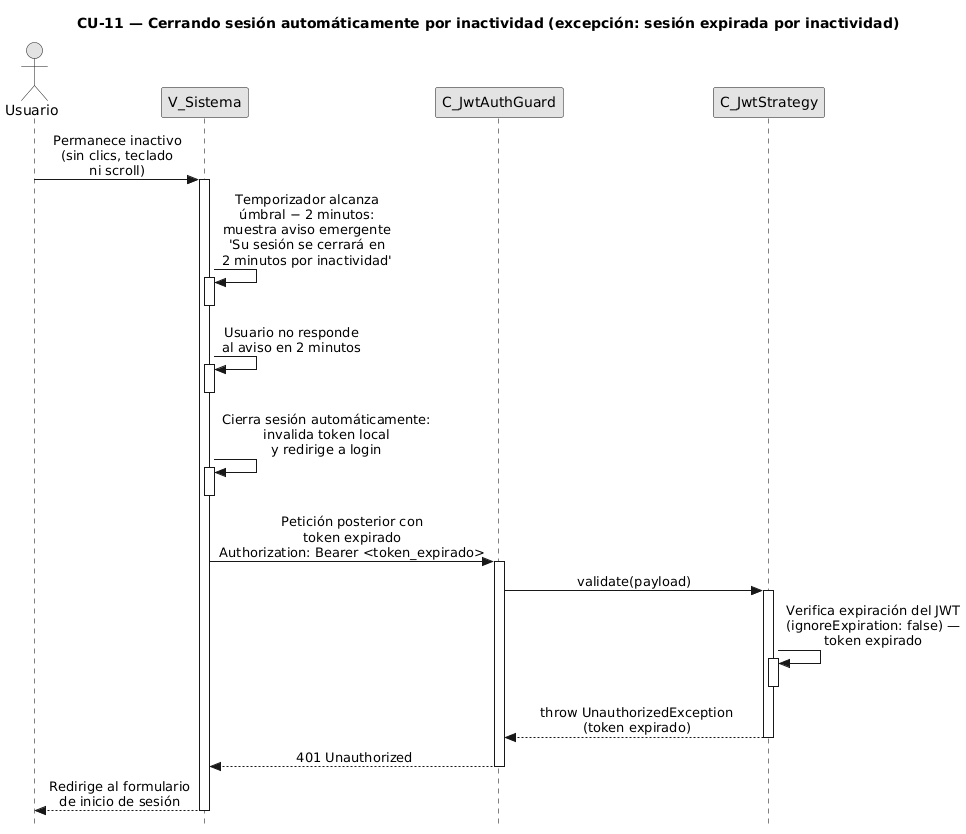
This is diagramas-secuencia/CU11/CU11-exc-sesion-expirada.png from FSM-Finet-y-Cable-Magico/Team_1-Inventario-y-Bodega, a PlantUML export, as it was before one commit.
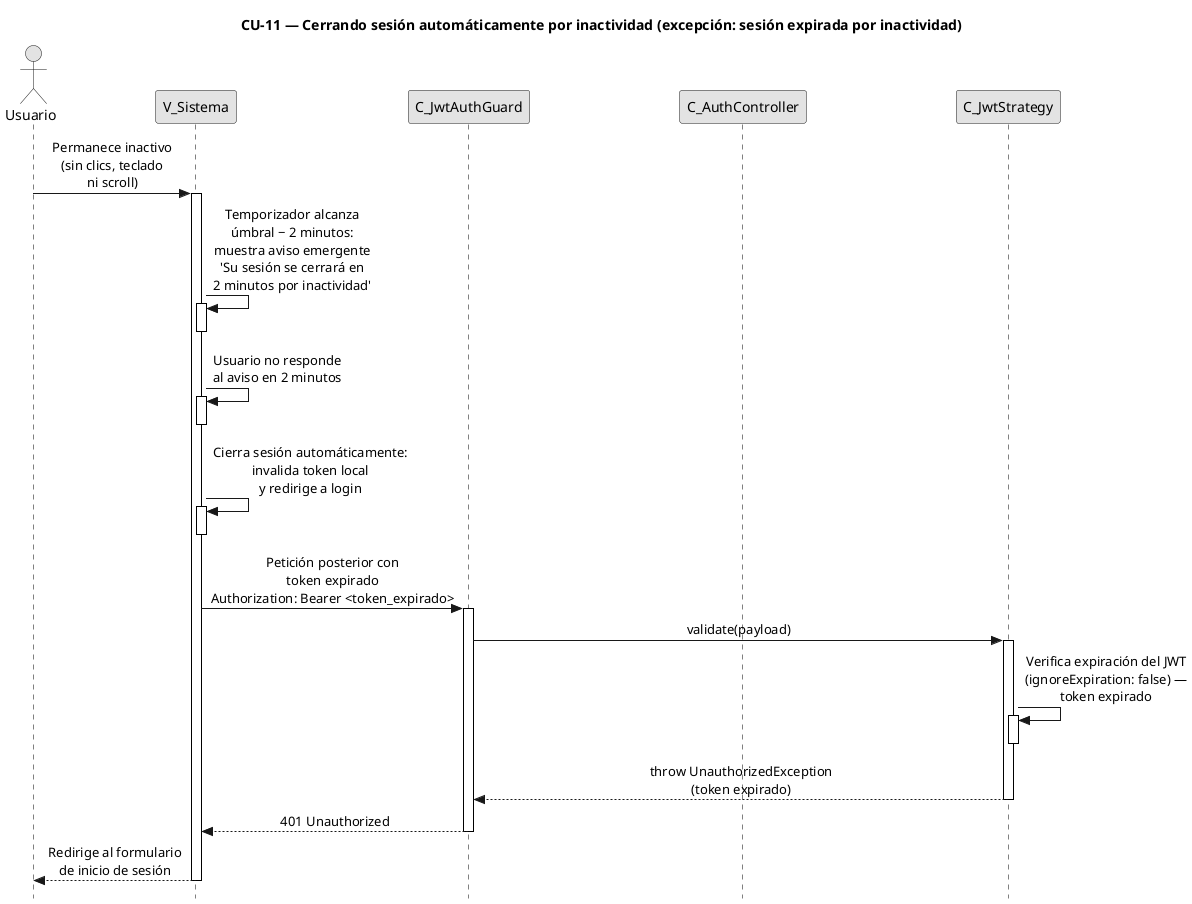
After the change.

The edit, as a diff of the source:
```diff
@@ -16,6 +16,7 @@
 actor "Usuario" as user
 participant "V_Sistema" as view
 participant "C_JwtAuthGuard" as guard
+participant "C_AuthController" as ctrl
 participant "C_JwtStrategy" as strat
 
 user -> view : Permanece inactivo\n(sin clics, teclado\nni scroll)
```
